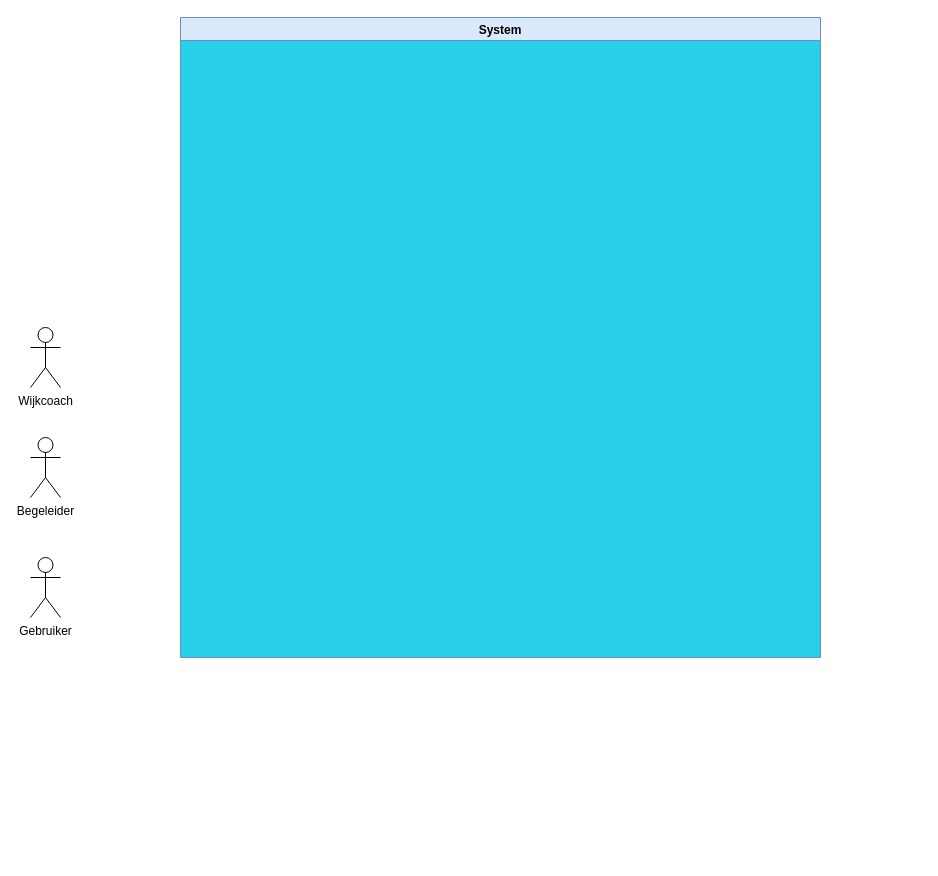
Above: page "Use Case Diagram" (2 of 7) of Untitled Diagram.drawio in antipope/NextAanwezigheid (draw.io), before the change. Source tidied: cells renumbered, new cells numbered last; positions are measured from the earlier drawing's top-left corner, leaving out a move shared by most shapes. Both pictures are drawn from the tidied source at 100%, with x=0, y=0 at pixel (30, 17).
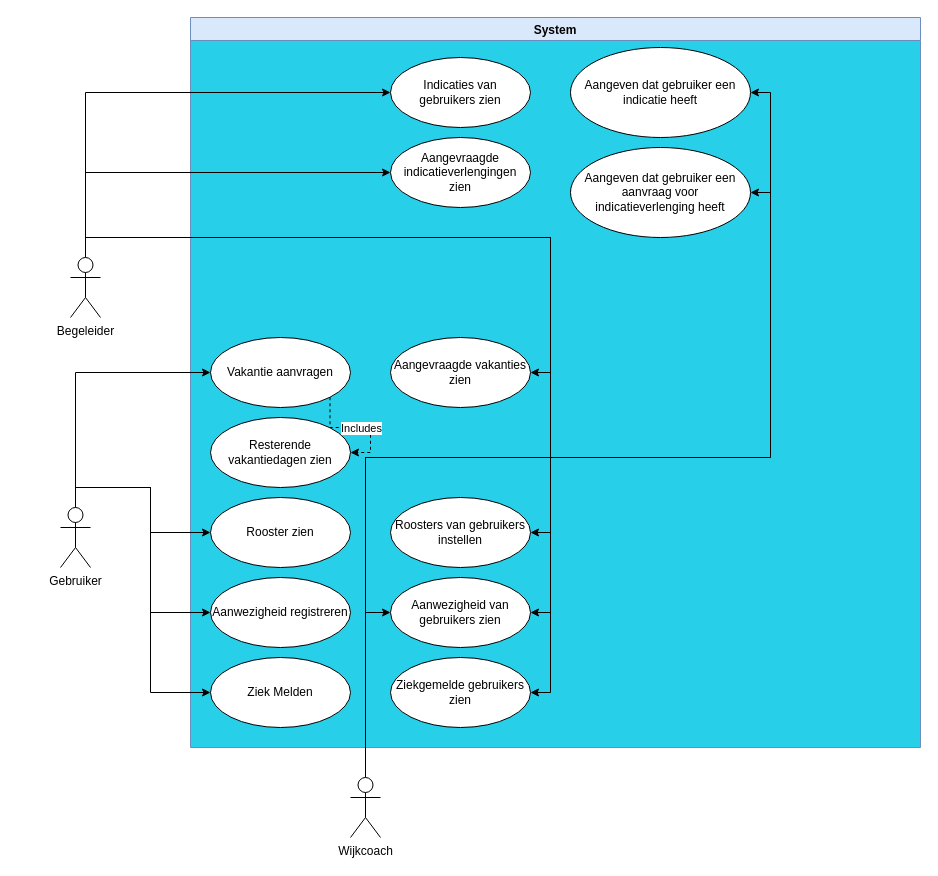
The same page after the edit.

Change to the diagram source:
```diff
@@
     <mxCell id="2" value="System" style="swimlane;labelBackgroundColor=none;fillColor=#dae8fc;strokeColor=#6c8ebf;shadow=0;sketch=0;glass=0;swimlaneLine=1;swimlaneFillColor=#27CFE8;" parent="1" vertex="1">
-      <mxGeometry x="150" width="640" height="640" as="geometry" />
+      <mxGeometry x="160" width="730" height="730" as="geometry" />
     </mxCell>
+    <mxCell id="6" value="Ziek Melden" style="ellipse;whiteSpace=wrap;html=1;" parent="2" vertex="1">
+      <mxGeometry x="20" y="640" width="140" height="70" as="geometry" />
+    </mxCell>
+    <mxCell id="7" style="edgeStyle=orthogonalEdgeStyle;rounded=0;jettySize=auto;html=1;exitX=1;exitY=1;exitDx=0;exitDy=0;entryX=1;entryY=0.5;entryDx=0;entryDy=0;dashed=1;" parent="2" edge="1" source="9" target="10">
+      <mxGeometry relative="1" as="geometry" />
+    </mxCell>
+    <mxCell id="8" value="Includes" style="edgeLabel;html=1;align=center;verticalAlign=middle;" parent="7" vertex="1">
+      <mxGeometry x="0.06" relative="1" as="geometry" />
+    </mxCell>
+    <mxCell id="9" value="Vakantie aanvragen" style="ellipse;whiteSpace=wrap;html=1;" parent="2" vertex="1">
+      <mxGeometry x="20" y="320" width="140" height="70" as="geometry" />
+    </mxCell>
+    <mxCell id="10" value="Resterende vakantiedagen zien" style="ellipse;whiteSpace=wrap;html=1;" parent="2" vertex="1">
+      <mxGeometry x="20" y="400" width="140" height="70" as="geometry" />
+    </mxCell>
+    <mxCell id="11" value="Rooster zien" style="ellipse;whiteSpace=wrap;html=1;" parent="2" vertex="1">
+      <mxGeometry x="20" y="480" width="140" height="70" as="geometry" />
+    </mxCell>
+    <mxCell id="12" value="Aanwezigheid registreren" style="ellipse;whiteSpace=wrap;html=1;" parent="2" vertex="1">
+      <mxGeometry x="20" y="560" width="140" height="70" as="geometry" />
+    </mxCell>
+    <mxCell id="13" value="Aanwezigheid van gebruikers zien" style="ellipse;whiteSpace=wrap;html=1;" parent="2" vertex="1">
+      <mxGeometry x="200" y="560" width="140" height="70" as="geometry" />
+    </mxCell>
+    <mxCell id="14" value="Ziekgemelde gebruikers zien" style="ellipse;whiteSpace=wrap;html=1;" parent="2" vertex="1">
+      <mxGeometry x="200" y="640" width="140" height="70" as="geometry" />
+    </mxCell>
+    <mxCell id="15" value="Roosters van gebruikers instellen" style="ellipse;whiteSpace=wrap;html=1;" parent="2" vertex="1">
+      <mxGeometry x="200" y="480" width="140" height="70" as="geometry" />
+    </mxCell>
+    <mxCell id="16" value="Aangevraagde vakanties zien" style="ellipse;whiteSpace=wrap;html=1;" parent="2" vertex="1">
+      <mxGeometry x="200" y="320" width="140" height="70" as="geometry" />
+    </mxCell>
+    <mxCell id="17" value="&lt;div&gt;Indicaties van &lt;br&gt;&lt;/div&gt;&lt;div&gt;gebruikers zien&lt;/div&gt;" style="ellipse;whiteSpace=wrap;html=1;" parent="2" vertex="1">
+      <mxGeometry x="200" y="40" width="140" height="70" as="geometry" />
+    </mxCell>
+    <mxCell id="18" value="&lt;div&gt;Aangevraagde indicatieverlengingen&lt;/div&gt;&lt;div&gt;zien&lt;br&gt;&lt;/div&gt;" style="ellipse;whiteSpace=wrap;html=1;" parent="2" vertex="1">
+      <mxGeometry x="200" y="120" width="140" height="70" as="geometry" />
+    </mxCell>
+    <mxCell id="19" value="Aangeven dat gebruiker een indicatie heeft" style="ellipse;whiteSpace=wrap;html=1;" parent="2" vertex="1">
+      <mxGeometry x="380" y="30" width="180" height="90" as="geometry" />
+    </mxCell>
+    <mxCell id="20" value="Aangeven dat gebruiker een aanvraag voor indicatieverlenging heeft" style="ellipse;whiteSpace=wrap;html=1;" parent="2" vertex="1">
+      <mxGeometry x="380" y="130" width="180" height="90" as="geometry" />
+    </mxCell>
+    <mxCell id="21" style="edgeStyle=orthogonalEdgeStyle;rounded=0;jettySize=auto;html=1;exitX=0.5;exitY=0;exitDx=0;exitDy=0;exitPerimeter=0;entryX=0;entryY=0.5;entryDx=0;entryDy=0;" parent="1" edge="1" source="3" target="9">
+      <mxGeometry relative="1" as="geometry" />
+    </mxCell>
+    <mxCell id="22" style="edgeStyle=orthogonalEdgeStyle;rounded=0;jettySize=auto;html=1;exitX=0.5;exitY=0;exitDx=0;exitDy=0;exitPerimeter=0;entryX=0;entryY=0.5;entryDx=0;entryDy=0;" parent="1" edge="1" source="3" target="11">
+      <mxGeometry relative="1" as="geometry" />
+    </mxCell>
+    <mxCell id="23" style="edgeStyle=orthogonalEdgeStyle;rounded=0;jettySize=auto;html=1;exitX=0.5;exitY=0;exitDx=0;exitDy=0;exitPerimeter=0;entryX=0;entryY=0.5;entryDx=0;entryDy=0;" parent="1" edge="1" source="3" target="12">
+      <mxGeometry relative="1" as="geometry" />
+    </mxCell>
+    <mxCell id="24" style="edgeStyle=orthogonalEdgeStyle;rounded=0;jettySize=auto;html=1;exitX=0.5;exitY=0;exitDx=0;exitDy=0;exitPerimeter=0;entryX=0;entryY=0.5;entryDx=0;entryDy=0;" parent="1" edge="1" source="3" target="6">
+      <mxGeometry relative="1" as="geometry" />
+    </mxCell>
     <mxCell id="3" value="Gebruiker" style="shape=umlActor;verticalLabelPosition=bottom;verticalAlign=top;html=1;outlineConnect=0;" parent="1" vertex="1">
-      <mxGeometry y="540" width="30" height="60" as="geometry" />
+      <mxGeometry x="30" y="490" width="30" height="60" as="geometry" />
     </mxCell>
+    <mxCell id="25" style="edgeStyle=orthogonalEdgeStyle;rounded=0;jettySize=auto;html=1;exitX=0.5;exitY=0;exitDx=0;exitDy=0;exitPerimeter=0;entryX=1;entryY=0.5;entryDx=0;entryDy=0;" parent="1" edge="1" source="4" target="16">
+      <mxGeometry relative="1" as="geometry" />
+    </mxCell>
+    <mxCell id="26" style="edgeStyle=orthogonalEdgeStyle;rounded=0;jettySize=auto;html=1;exitX=0.5;exitY=0;exitDx=0;exitDy=0;exitPerimeter=0;entryX=1;entryY=0.5;entryDx=0;entryDy=0;" parent="1" edge="1" source="4" target="15">
+      <mxGeometry relative="1" as="geometry" />
+    </mxCell>
+    <mxCell id="27" style="edgeStyle=orthogonalEdgeStyle;rounded=0;jettySize=auto;html=1;exitX=0.5;exitY=0;exitDx=0;exitDy=0;exitPerimeter=0;entryX=1;entryY=0.5;entryDx=0;entryDy=0;" parent="1" edge="1" source="4" target="13">
+      <mxGeometry relative="1" as="geometry" />
+    </mxCell>
+    <mxCell id="28" style="edgeStyle=orthogonalEdgeStyle;rounded=0;jettySize=auto;html=1;exitX=0.5;exitY=0;exitDx=0;exitDy=0;exitPerimeter=0;entryX=1;entryY=0.5;entryDx=0;entryDy=0;" parent="1" edge="1" source="4" target="14">
+      <mxGeometry relative="1" as="geometry" />
+    </mxCell>
+    <mxCell id="29" style="edgeStyle=orthogonalEdgeStyle;rounded=0;jettySize=auto;html=1;exitX=0.5;exitY=0;exitDx=0;exitDy=0;exitPerimeter=0;entryX=0;entryY=0.5;entryDx=0;entryDy=0;" parent="1" edge="1" source="4" target="18">
+      <mxGeometry relative="1" as="geometry" />
+    </mxCell>
+    <mxCell id="30" style="edgeStyle=orthogonalEdgeStyle;rounded=0;jettySize=auto;html=1;exitX=0.5;exitY=0;exitDx=0;exitDy=0;exitPerimeter=0;entryX=0;entryY=0.5;entryDx=0;entryDy=0;" parent="1" edge="1" source="4" target="17">
+      <mxGeometry relative="1" as="geometry" />
+    </mxCell>
     <mxCell id="4" value="Begeleider" style="shape=umlActor;verticalLabelPosition=bottom;verticalAlign=top;html=1;outlineConnect=0;" parent="1" vertex="1">
-      <mxGeometry y="420" width="30" height="60" as="geometry" />
+      <mxGeometry x="40" y="240" width="30" height="60" as="geometry" />
     </mxCell>
+    <mxCell id="31" style="edgeStyle=orthogonalEdgeStyle;rounded=0;jettySize=auto;html=1;exitX=0.5;exitY=0;exitDx=0;exitDy=0;exitPerimeter=0;entryX=0;entryY=0.5;entryDx=0;entryDy=0;" parent="1" edge="1" source="5" target="13">
+      <mxGeometry relative="1" as="geometry" />
+    </mxCell>
+    <mxCell id="32" style="edgeStyle=orthogonalEdgeStyle;rounded=0;jettySize=auto;html=1;exitX=0.5;exitY=0;exitDx=0;exitDy=0;exitPerimeter=0;entryX=1;entryY=0.5;entryDx=0;entryDy=0;" parent="1" edge="1" source="5" target="19">
+      <mxGeometry relative="1" as="geometry" />
+    </mxCell>
+    <mxCell id="33" style="edgeStyle=orthogonalEdgeStyle;rounded=0;jettySize=auto;html=1;exitX=0.5;exitY=0;exitDx=0;exitDy=0;exitPerimeter=0;entryX=1;entryY=0.5;entryDx=0;entryDy=0;" parent="1" edge="1" source="5" target="20">
+      <mxGeometry relative="1" as="geometry">
+        <Array as="points">
+          <mxPoint x="335" y="440" />
+          <mxPoint x="740" y="440" />
+          <mxPoint x="740" y="175" />
+        </Array>
+      </mxGeometry>
+    </mxCell>
     <mxCell id="5" value="Wijkcoach" style="shape=umlActor;verticalLabelPosition=bottom;verticalAlign=top;html=1;outlineConnect=0;" parent="1" vertex="1">
-      <mxGeometry y="310" width="30" height="60" as="geometry" />
+      <mxGeometry x="320" y="760" width="30" height="60" as="geometry" />
     </mxCell>
```
